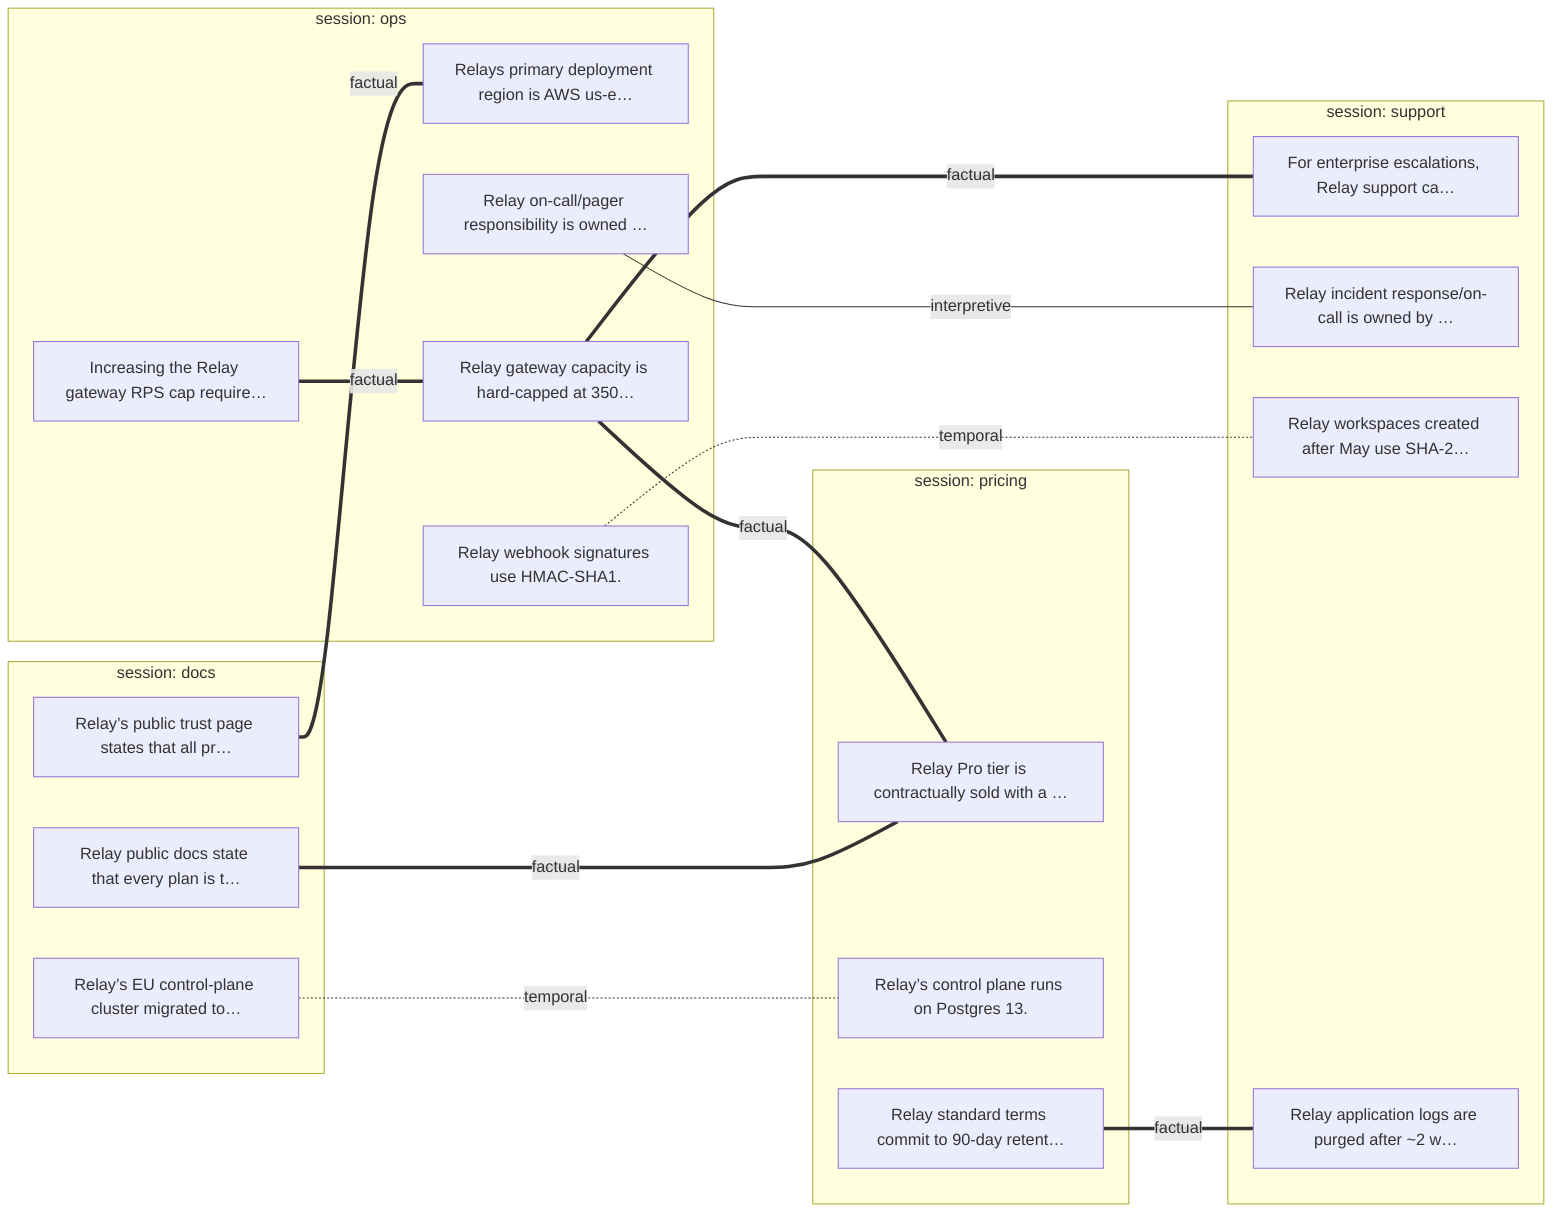
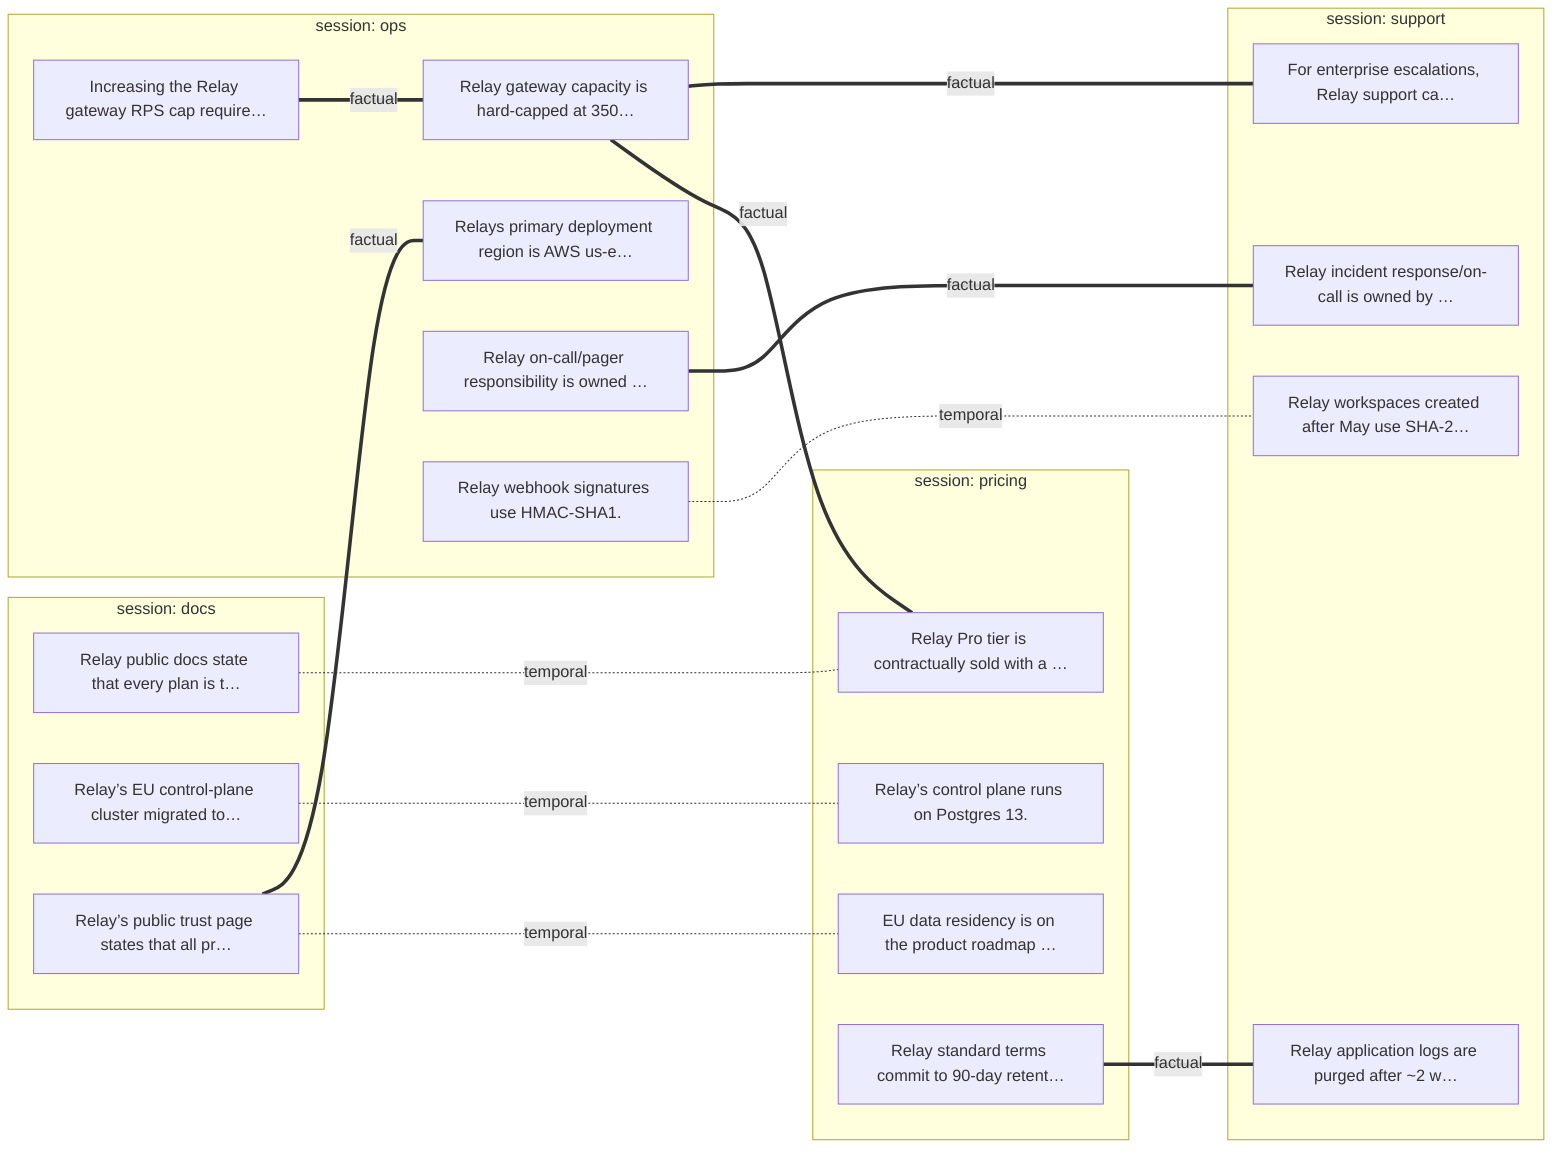
flowchart LR
  subgraph pricing["session: pricing"]
    n1["Relay Pro tier is contractually sold with a …"]
    n3["Relay’s control plane runs on Postgres 13."]
-     n13["Relay standard terms commit to 90-day retent…"]
+     n5["EU data residency is on the product roadmap …"]
+     n14["Relay standard terms commit to 90-day retent…"]
  end
  subgraph ops["session: ops"]
-     n5["Relays primary deployment region is AWS us-e…"]
-     n6["Increasing the Relay gateway RPS cap require…"]
-     n7["Relay gateway capacity is hard-capped at 350…"]
-     n9["Relay on-call/pager responsibility is owned …"]
-     n11["Relay webhook signatures use HMAC-SHA1."]
+     n6["Relays primary deployment region is AWS us-e…"]
+     n7["Increasing the Relay gateway RPS cap require…"]
+     n8["Relay gateway capacity is hard-capped at 350…"]
+     n10["Relay on-call/pager responsibility is owned …"]
+     n12["Relay webhook signatures use HMAC-SHA1."]
  end
  subgraph support["session: support"]
-     n8["For enterprise escalations, Relay support ca…"]
-     n10["Relay incident response/on-call is owned by …"]
-     n12["Relay workspaces created after May use SHA-2…"]
-     n14["Relay application logs are purged after ~2 w…"]
+     n9["For enterprise escalations, Relay support ca…"]
+     n11["Relay incident response/on-call is owned by …"]
+     n13["Relay workspaces created after May use SHA-2…"]
+     n15["Relay application logs are purged after ~2 w…"]
  end
  subgraph docs["session: docs"]
    n0["Relay public docs state that every plan is t…"]
    n2["Relay’s EU control-plane cluster migrated to…"]
    n4["Relay’s public trust page states that all pr…"]
  end
-   n0 ===|factual| n1
+   n0 -.-|temporal| n1
  n2 -.-|temporal| n3
-   n4 ===|factual| n5
-   n6 ===|factual| n7
-   n7 ===|factual| n1
+   n4 -.-|temporal| n5
+   n4 ===|factual| n6
  n7 ===|factual| n8
-   n9 ---|interpretive| n10
-   n11 -.-|temporal| n12
-   n13 ===|factual| n14
+   n8 ===|factual| n1
+   n8 ===|factual| n9
+   n10 ===|factual| n11
+   n12 -.-|temporal| n13
+   n14 ===|factual| n15

  %% factual ═══   temporal ┈┈┈   interpretive ───
